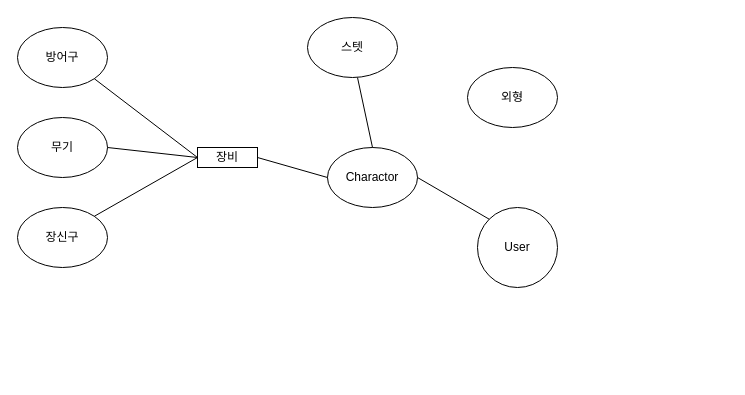
Earlier version of the draw.io diagram page "마인드맵" (1 of 2) of doc/설계_마인드맵.drawio (tjsahr0099/dev). Source tidied: cells renumbered, new cells numbered last; positions are measured from the earlier drawing's top-left corner, leaving out a move shared by most shapes. Both pictures are drawn from the tidied source at 100%, with x=0, y=0 at pixel (17, 17).
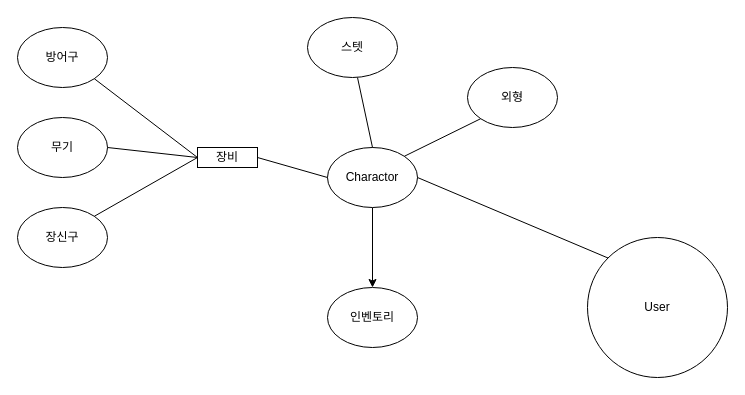
The same diagram, later.

Commit message:
마인드맵 수정

Change to the diagram source:
```diff
@@
 <mxGraphModel>
   <root>
     <mxCell id="0" />
     <mxCell id="1" parent="0" />
     <mxCell id="2" value="User" style="ellipse;whiteSpace=wrap;html=1;" parent="1" vertex="1">
-      <mxGeometry x="460" y="190" width="80" height="80" as="geometry" />
+      <mxGeometry x="570" y="220" width="140" height="140" as="geometry" />
     </mxCell>
+    <mxCell id="16" style="edgeStyle=orthogonalEdgeStyle;rounded=0;jettySize=auto;html=1;" parent="1" edge="1" source="3" target="17">
+      <mxGeometry relative="1" as="geometry" />
+    </mxCell>
     <mxCell id="3" value="Charactor" style="ellipse;whiteSpace=wrap;html=1;" parent="1" vertex="1">
       <mxGeometry x="310" y="130" width="90" height="60" as="geometry" />
     </mxCell>
     <mxCell id="4" style="endArrow=none;html=1;exitX=0;exitY=0;exitDx=0;exitDy=0;entryX=1;entryY=0.5;entryDx=0;entryDy=0;" parent="1" edge="1" source="2" target="3">
       <mxGeometry relative="1" as="geometry" />
     </mxCell>
     <mxCell id="5" value="장비" style="rounded=0;whiteSpace=wrap;html=1;" parent="1" vertex="1">
       <mxGeometry x="180" y="130" width="60" height="20" as="geometry" />
     </mxCell>
     <mxCell id="6" value="무기" style="ellipse;whiteSpace=wrap;html=1;" parent="1" vertex="1">
       <mxGeometry y="100" width="90" height="60" as="geometry" />
     </mxCell>
     <mxCell id="7" value="방어구" style="ellipse;whiteSpace=wrap;html=1;" parent="1" vertex="1">
       <mxGeometry y="10" width="90" height="60" as="geometry" />
     </mxCell>
     <mxCell id="8" value="장신구" style="ellipse;whiteSpace=wrap;html=1;" parent="1" vertex="1">
       <mxGeometry y="190" width="90" height="60" as="geometry" />
     </mxCell>
     <mxCell id="9" style="endArrow=none;html=1;exitX=1;exitY=0;exitDx=0;exitDy=0;entryX=0;entryY=0.5;entryDx=0;entryDy=0;" parent="1" edge="1" source="8" target="5">
       <mxGeometry relative="1" as="geometry" />
     </mxCell>
     <mxCell id="10" style="endArrow=none;html=1;exitX=1;exitY=0.5;exitDx=0;exitDy=0;entryX=0;entryY=0.5;entryDx=0;entryDy=0;" parent="1" edge="1" source="6" target="5">
       <mxGeometry relative="1" as="geometry" />
     </mxCell>
     <mxCell id="11" style="endArrow=none;html=1;exitX=1;exitY=1;exitDx=0;exitDy=0;entryX=0;entryY=0.5;entryDx=0;entryDy=0;" parent="1" edge="1" source="7" target="5">
       <mxGeometry relative="1" as="geometry" />
     </mxCell>
     <mxCell id="12" style="endArrow=none;html=1;exitX=1;exitY=0.5;exitDx=0;exitDy=0;entryX=0;entryY=0.5;entryDx=0;entryDy=0;" parent="1" edge="1" source="5" target="3">
       <mxGeometry relative="1" as="geometry" />
     </mxCell>
     <mxCell id="13" style="endArrow=none;html=1;exitX=0.5;exitY=1;exitDx=0;exitDy=0;entryX=0.5;entryY=0;entryDx=0;entryDy=0;" parent="1" edge="1" target="3">
       <mxGeometry relative="1" as="geometry">
         <mxPoint x="340" y="60" as="sourcePoint" />
       </mxGeometry>
     </mxCell>
     <mxCell id="14" value="스텟" style="ellipse;whiteSpace=wrap;html=1;" parent="1" vertex="1">
       <mxGeometry x="290" width="90" height="60" as="geometry" />
     </mxCell>
     <mxCell id="15" value="외형" style="ellipse;whiteSpace=wrap;html=1;" parent="1" vertex="1">
       <mxGeometry x="450" y="50" width="90" height="60" as="geometry" />
     </mxCell>
+    <mxCell id="17" value="인벤토리" style="ellipse;whiteSpace=wrap;html=1;" parent="1" vertex="1">
+      <mxGeometry x="310" y="270" width="90" height="60" as="geometry" />
+    </mxCell>
+    <mxCell id="18" style="endArrow=none;html=1;exitX=0;exitY=1;exitDx=0;exitDy=0;entryX=1;entryY=0;entryDx=0;entryDy=0;" parent="1" edge="1" source="15" target="3">
+      <mxGeometry relative="1" as="geometry" />
+    </mxCell>
   </root>
 </mxGraphModel>
```
